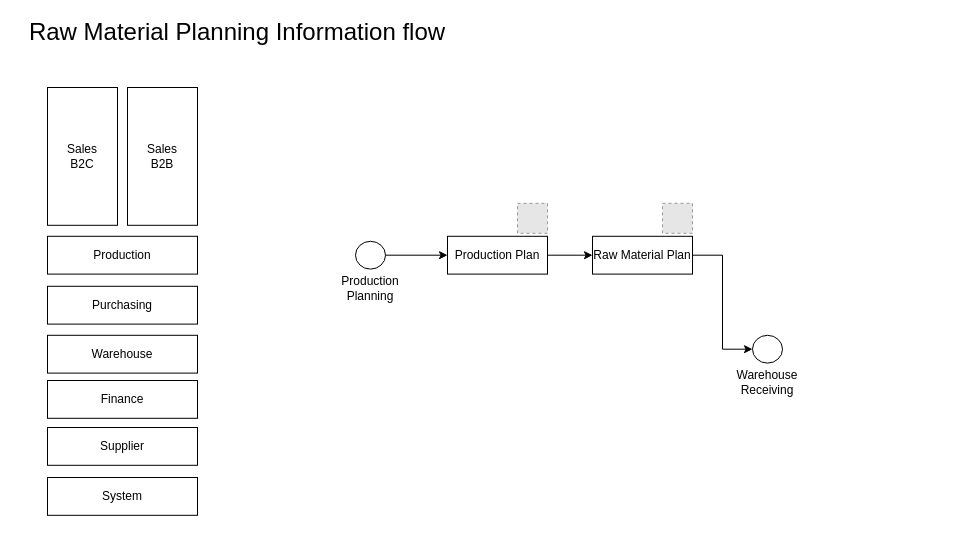
Earlier version of the draw.io diagram page "MRP" (5 of 8) of RM flow.drawio (pkppm-dev/Roy-s). Source tidied: cells renumbered, new cells numbered last; positions are measured from the earlier drawing's top-left corner, leaving out a move shared by most shapes. Both pictures are drawn from the tidied source at 100%, with x=0, y=0 at pixel (17, 17). Pictures stored in the file or linked from it are replaced by grey dashed boxes.
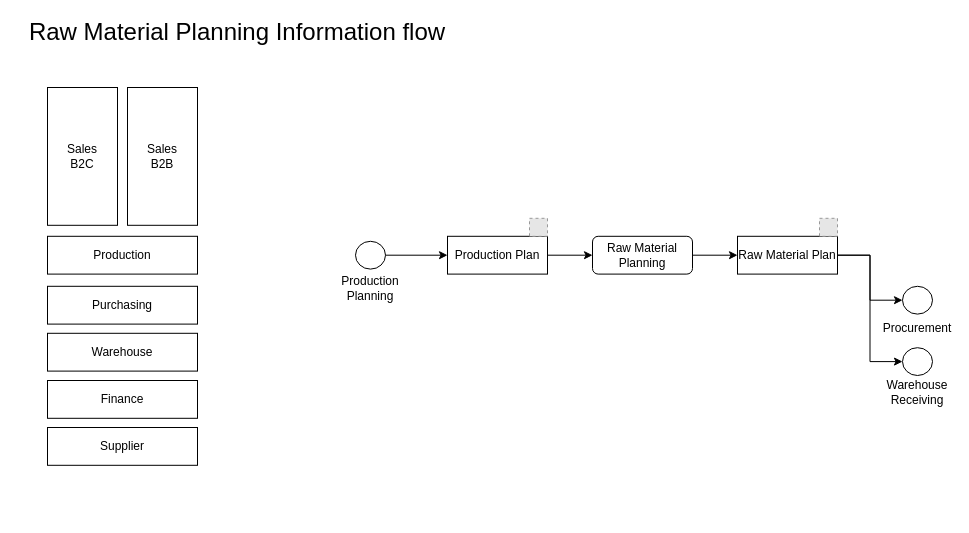
Above is the later version.

Diff of the diagram source:
```diff
@@
     <mxCell id="5" value="Warehouse" style="whiteSpace=wrap;html=1;rounded=0;" parent="1" vertex="1">
-      <mxGeometry x="30" y="317.8" width="150" height="37.8" as="geometry" />
+      <mxGeometry x="30" y="315.8" width="150" height="37.8" as="geometry" />
     </mxCell>
@@
-    <mxCell id="9" value="System" style="whiteSpace=wrap;html=1;rounded=0;" parent="1" vertex="1">
-      <mxGeometry x="30" y="460" width="150" height="37.8" as="geometry" />
-    </mxCell>
-    <mxCell id="10" style="edgeStyle=orthogonalEdgeStyle;rounded=0;jettySize=auto;html=1;entryX=0;entryY=0.5;entryDx=0;entryDy=0;" parent="1" edge="1" source="11" target="18">
-      <mxGeometry relative="1" as="geometry" />
-    </mxCell>
+    <mxCell id="22" style="edgeStyle=orthogonalEdgeStyle;rounded=0;jettySize=auto;html=1;entryX=0;entryY=0.5;entryDx=0;entryDy=0;" parent="1" edge="1" source="11" target="28">
+      <mxGeometry relative="1" as="geometry" />
+    </mxCell>
-    <mxCell id="11" value="Raw Material Plan" style="whiteSpace=wrap;html=1;rounded=0;" parent="1" vertex="1">
+    <mxCell id="11" value="Raw Material Planning" style="whiteSpace=wrap;html=1;rounded=1;" parent="1" vertex="1">
       <mxGeometry x="575" y="218.8" width="100" height="37.8" as="geometry" />
     </mxCell>
@@
     <mxCell id="18" style="ellipse;whiteSpace=wrap;html=1;" parent="1" vertex="1">
-      <mxGeometry x="735" y="317.8" width="30" height="27.8" as="geometry" />
+      <mxGeometry x="885" y="330.2" width="30" height="27.8" as="geometry" />
     </mxCell>
     <mxCell id="19" value="Warehouse&lt;div&gt;Receiving&lt;/div&gt;" style="text;html=1;align=center;verticalAlign=middle;whiteSpace=wrap;rounded=0;" parent="1" vertex="1">
-      <mxGeometry x="720" y="350.4" width="60" height="30" as="geometry" />
+      <mxGeometry x="870" y="359.9" width="60" height="30" as="geometry" />
     </mxCell>
-    <mxCell id="20" style="fillColor=#E6E6E6;strokeColor=#999999;dashed=1;html=1;verticalAlign=top;verticalLabelPosition=bottom;labelBackgroundColor=#ffffff;" parent="1" vertex="1">
-      <mxGeometry x="500" y="185.8" width="30" height="30" as="geometry" />
-    </mxCell>
-    <mxCell id="21" style="fillColor=#E6E6E6;strokeColor=#999999;dashed=1;html=1;verticalAlign=top;verticalLabelPosition=bottom;labelBackgroundColor=#ffffff;" parent="1" vertex="1">
-      <mxGeometry x="645" y="185.8" width="30" height="30" as="geometry" />
-    </mxCell>
+    <mxCell id="23" style="ellipse;whiteSpace=wrap;html=1;" parent="1" vertex="1">
+      <mxGeometry x="885" y="268.8" width="30" height="27.8" as="geometry" />
+    </mxCell>
+    <mxCell id="24" value="Procurement" style="text;html=1;align=center;verticalAlign=middle;whiteSpace=wrap;rounded=0;" parent="1" vertex="1">
+      <mxGeometry x="870" y="295.8" width="60" height="30" as="geometry" />
+    </mxCell>
+    <mxCell id="25" style="fillColor=#E6E6E6;strokeColor=#999999;dashed=1;html=1;verticalAlign=top;verticalLabelPosition=bottom;labelBackgroundColor=#ffffff;" parent="1" vertex="1">
+      <mxGeometry x="512" y="200.8" width="18" height="18" as="geometry" />
+    </mxCell>
+    <mxCell id="26" style="edgeStyle=orthogonalEdgeStyle;rounded=0;jettySize=auto;html=1;exitX=1;exitY=0.5;exitDx=0;exitDy=0;entryX=0;entryY=0.5;entryDx=0;entryDy=0;" parent="1" edge="1" source="28" target="23">
+      <mxGeometry relative="1" as="geometry" />
+    </mxCell>
+    <mxCell id="27" style="edgeStyle=orthogonalEdgeStyle;rounded=0;jettySize=auto;html=1;entryX=0;entryY=0.5;entryDx=0;entryDy=0;" parent="1" edge="1" source="28" target="18">
+      <mxGeometry relative="1" as="geometry" />
+    </mxCell>
+    <mxCell id="28" value="Raw Material Plan" style="whiteSpace=wrap;html=1;rounded=0;" parent="1" vertex="1">
+      <mxGeometry x="720" y="218.8" width="100" height="37.8" as="geometry" />
+    </mxCell>
+    <mxCell id="29" style="fillColor=#E6E6E6;strokeColor=#999999;dashed=1;html=1;verticalAlign=top;verticalLabelPosition=bottom;labelBackgroundColor=#ffffff;" parent="1" vertex="1">
+      <mxGeometry x="802" y="200.8" width="18" height="18" as="geometry" />
+    </mxCell>
```
